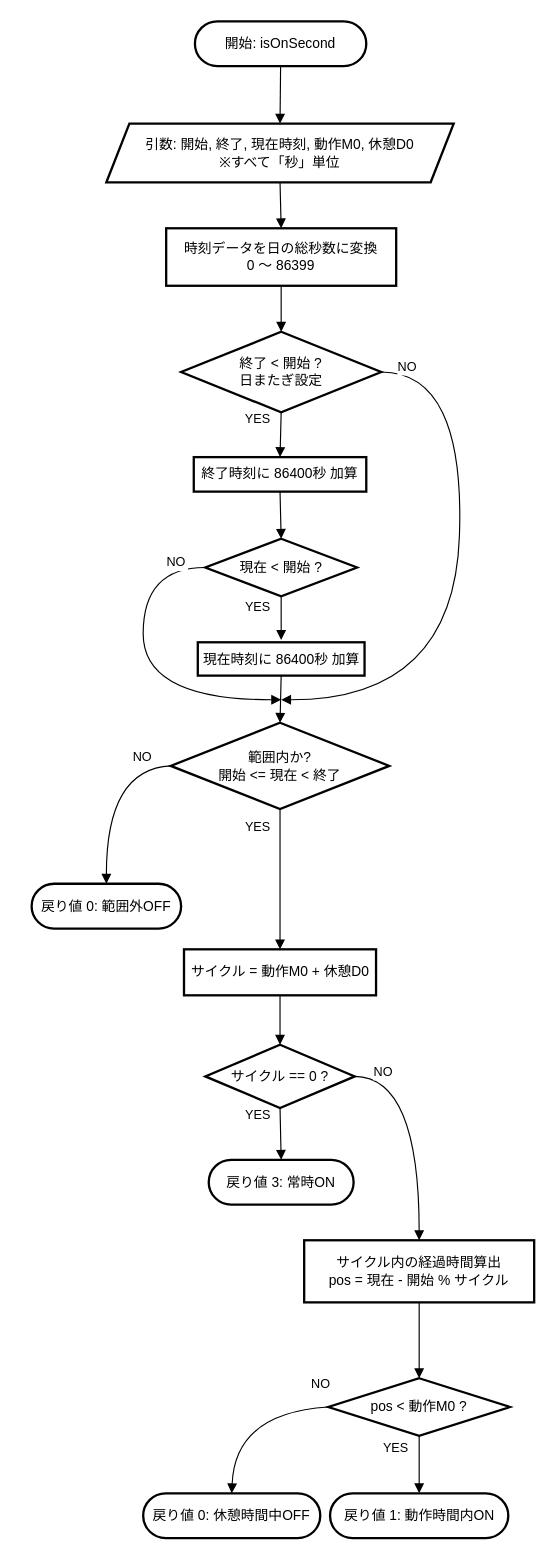
mhorimoto/M304-lowcode keeps this draw.io diagram as DOCS/FlowChart/isOnSecond.drawio. Above is the earlier version. Source tidied: cells renumbered, new cells numbered last; positions are measured from the earlier drawing's top-left corner, leaving out a move shared by most shapes. Both pictures are drawn from the tidied source at 115%, with x=0, y=0 at pixel (31, 21).
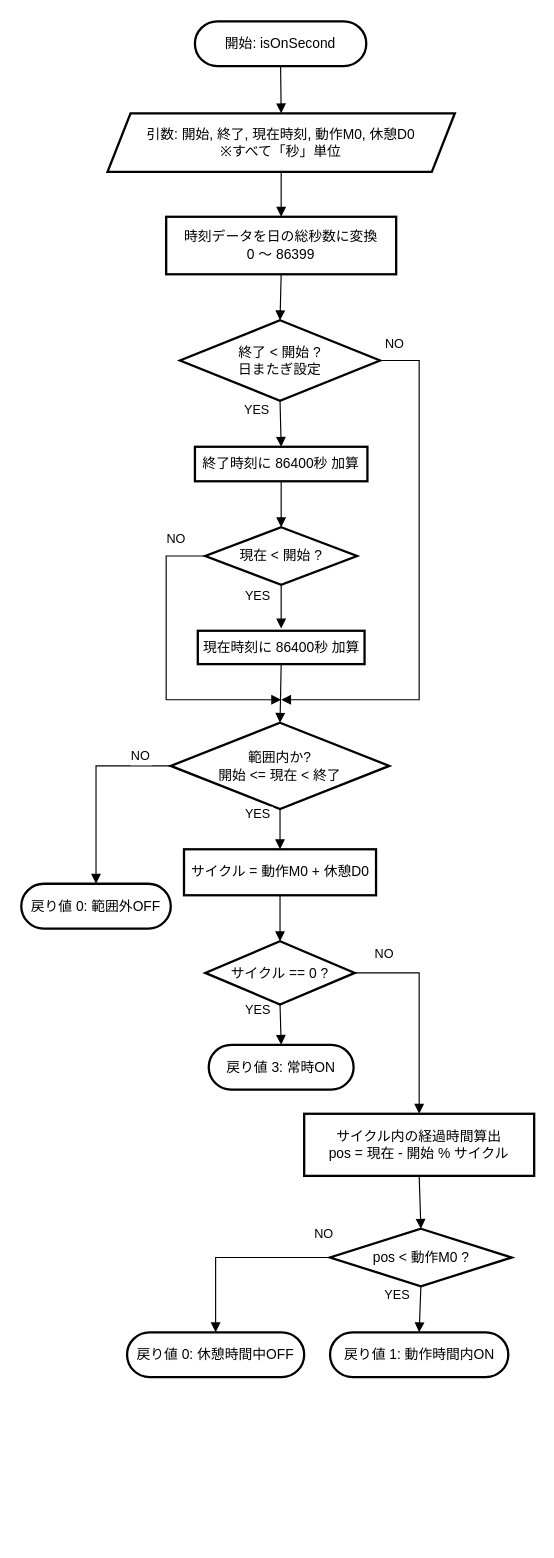
The same page after the edit.

The change refers to these unchanged cells:
```xml
<mxCell id="9" value="範囲内か?&#10;開始 &lt;= 現在 &lt; 終了" style="rhombus;strokeWidth=2;whiteSpace=wrap;" parent="1" vertex="1">
  <mxGeometry x="121" y="610" width="190" height="75" as="geometry" />
</mxCell>
```

The edit, as a diff of the source:
```diff
@@
     <mxCell id="3" value="引数: 開始, 終了, 現在時刻, 動作M0, 休憩D0&#10;※すべて「秒」単位" style="shape=parallelogram;perimeter=parallelogramPerimeter;fixedSize=1;strokeWidth=2;whiteSpace=wrap;" parent="1" vertex="1">
-      <mxGeometry x="65" y="89" width="302" height="51" as="geometry" />
+      <mxGeometry x="66" y="80" width="302" height="51" as="geometry" />
     </mxCell>
     <mxCell id="4" value="時刻データを日の総秒数に変換&#10;0 〜 86399" style="whiteSpace=wrap;strokeWidth=2;" parent="1" vertex="1">
-      <mxGeometry x="117" y="180" width="200" height="50" as="geometry" />
+      <mxGeometry x="117" y="170" width="200" height="50" as="geometry" />
     </mxCell>
     <mxCell id="5" value="終了 &lt; 開始 ?&#10;日またぎ設定" style="rhombus;strokeWidth=2;whiteSpace=wrap;" parent="1" vertex="1">
-      <mxGeometry x="130" y="270" width="174" height="70" as="geometry" />
+      <mxGeometry x="129" y="260" width="174" height="70" as="geometry" />
     </mxCell>
     <mxCell id="6" value="終了時刻に 86400秒 加算" style="whiteSpace=wrap;strokeWidth=2;" parent="1" vertex="1">
-      <mxGeometry x="141" y="379" width="150" height="30" as="geometry" />
+      <mxGeometry x="142" y="370" width="150" height="30" as="geometry" />
     </mxCell>
     <mxCell id="7" value="現在 &lt; 開始 ?" style="rhombus;strokeWidth=2;whiteSpace=wrap;" parent="1" vertex="1">
-      <mxGeometry x="151" y="450" width="132" height="50" as="geometry" />
+      <mxGeometry x="151" y="440" width="132" height="50" as="geometry" />
     </mxCell>
     <mxCell id="8" value="現在時刻に 86400秒 加算" style="whiteSpace=wrap;strokeWidth=2;" parent="1" vertex="1">
-      <mxGeometry x="144.5" y="540" width="145" height="29" as="geometry" />
+      <mxGeometry x="144.5" y="530" width="145" height="29" as="geometry" />
     </mxCell>
@@
     <mxCell id="10" value="戻り値 0: 範囲外OFF" style="rounded=1;whiteSpace=wrap;arcSize=50;strokeWidth=2;" parent="1" vertex="1">
-      <mxGeometry y="750" width="130" height="39" as="geometry" />
+      <mxGeometry x="-9" y="750" width="130" height="39" as="geometry" />
     </mxCell>
     <mxCell id="11" value="サイクル = 動作M0 + 休憩D0" style="whiteSpace=wrap;strokeWidth=2;" parent="1" vertex="1">
-      <mxGeometry x="132.5" y="807" width="167" height="40" as="geometry" />
+      <mxGeometry x="132.5" y="720" width="167" height="40" as="geometry" />
     </mxCell>
     <mxCell id="12" value="サイクル == 0 ?" style="rhombus;strokeWidth=2;whiteSpace=wrap;" parent="1" vertex="1">
-      <mxGeometry x="151" y="890" width="130" height="55" as="geometry" />
+      <mxGeometry x="151" y="800" width="130" height="55" as="geometry" />
     </mxCell>
     <mxCell id="13" value="戻り値 3: 常時ON" style="rounded=1;whiteSpace=wrap;arcSize=50;strokeWidth=2;" parent="1" vertex="1">
-      <mxGeometry x="154" y="990" width="126" height="39" as="geometry" />
+      <mxGeometry x="154" y="890" width="126" height="39" as="geometry" />
     </mxCell>
     <mxCell id="14" value="サイクル内の経過時間算出&#10;pos = 現在 - 開始 % サイクル" style="whiteSpace=wrap;strokeWidth=2;" parent="1" vertex="1">
-      <mxGeometry x="237" y="1060" width="200" height="54" as="geometry" />
+      <mxGeometry x="237" y="950" width="200" height="54" as="geometry" />
     </mxCell>
     <mxCell id="15" value="pos &lt; 動作M0 ?" style="rhombus;strokeWidth=2;whiteSpace=wrap;" parent="1" vertex="1">
-      <mxGeometry x="258" y="1180" width="158" height="50" as="geometry" />
+      <mxGeometry x="259.5" y="1050" width="158" height="50" as="geometry" />
     </mxCell>
     <mxCell id="16" value="戻り値 1: 動作時間内ON" style="rounded=1;whiteSpace=wrap;arcSize=50;strokeWidth=2;" parent="1" vertex="1">
-      <mxGeometry x="259.5" y="1280" width="155" height="39" as="geometry" />
+      <mxGeometry x="259.5" y="1140" width="155" height="39" as="geometry" />
     </mxCell>
     <mxCell id="17" value="戻り値 0: 休憩時間中OFF" style="rounded=1;whiteSpace=wrap;arcSize=50;strokeWidth=2;" parent="1" vertex="1">
-      <mxGeometry x="97" y="1280" width="154" height="39" as="geometry" />
+      <mxGeometry x="83" y="1140" width="154" height="39" as="geometry" />
     </mxCell>
@@
-    <mxCell id="24" value="NO" style="curved=1;startArrow=none;endArrow=block;rounded=0;exitX=0;exitY=0.5;exitDx=0;exitDy=0;" parent="1" edge="1" source="7">
-      <mxGeometry x="-0.83" y="-5" relative="1" as="geometry">
+    <mxCell id="24" value="NO" style="startArrow=none;endArrow=block;rounded=0;exitX=0;exitY=0.5;exitDx=0;exitDy=0;edgeStyle=orthogonalEdgeStyle;" parent="1" edge="1" source="7">
+      <mxGeometry x="-0.81" y="-15" relative="1" as="geometry">
         <mxPoint x="217" y="590" as="targetPoint" />
         <Array as="points">
-          <mxPoint x="97" y="475" />
-          <mxPoint x="97" y="590" />
+          <mxPoint x="117" y="465" />
+          <mxPoint x="117" y="590" />
         </Array>
       </mxGeometry>
     </mxCell>
@@
-    <mxCell id="26" value="NO" style="curved=1;startArrow=none;endArrow=block;exitX=1;exitY=0.5;rounded=0;exitDx=0;exitDy=0;" parent="1" edge="1" source="5">
-      <mxGeometry x="-0.91" y="5" relative="1" as="geometry">
+    <mxCell id="26" value="NO" style="startArrow=none;endArrow=block;exitX=1;exitY=0.5;rounded=0;exitDx=0;exitDy=0;edgeStyle=orthogonalEdgeStyle;" parent="1" edge="1" source="5">
+      <mxGeometry x="-0.94" y="15" relative="1" as="geometry">
         <mxPoint x="217" y="590" as="targetPoint" />
         <Array as="points">
-          <mxPoint x="377" y="305" />
-          <mxPoint x="367" y="590" />
+          <mxPoint x="337" y="295" />
+          <mxPoint x="337" y="590" />
         </Array>
       </mxGeometry>
     </mxCell>
-    <mxCell id="27" value="NO" style="curved=1;startArrow=none;endArrow=block;exitX=0;exitY=0.5;rounded=0;exitDx=0;exitDy=0;" parent="1" edge="1" source="9" target="10">
-      <mxGeometry x="-0.69" y="-9" relative="1" as="geometry">
-        <Array as="points">
-          <mxPoint x="65" y="650" />
-        </Array>
-      </mxGeometry>
+    <mxCell id="27" value="NO" style="startArrow=none;endArrow=block;exitX=0;exitY=0.5;rounded=0;exitDx=0;exitDy=0;edgeStyle=orthogonalEdgeStyle;" parent="1" edge="1" source="9" target="10">
+      <mxGeometry x="-0.69" y="-9" relative="1" as="geometry" />
     </mxCell>
@@
-    <mxCell id="30" value="YES" style="curved=1;startArrow=none;endArrow=block;rounded=0;exitX=0.5;exitY=1;exitDx=0;exitDy=0;" parent="1" edge="1" source="12">
-      <mxGeometry x="-0.8" y="-19" relative="1" as="geometry">
-        <mxPoint x="217" y="990" as="targetPoint" />
-      </mxGeometry>
+    <mxCell id="30" value="YES" style="curved=1;startArrow=none;endArrow=block;rounded=0;exitX=0.5;exitY=1;exitDx=0;exitDy=0;entryX=0.5;entryY=0;entryDx=0;entryDy=0;" parent="1" edge="1" source="12" target="13">
+      <mxGeometry x="-0.8" y="-19" relative="1" as="geometry" />
     </mxCell>
-    <mxCell id="31" value="NO" style="curved=1;startArrow=none;endArrow=block;entryX=0.5;entryY=0;rounded=0;entryDx=0;entryDy=0;exitX=1;exitY=0.5;exitDx=0;exitDy=0;" parent="1" edge="1" source="12" target="14">
-      <mxGeometry x="-0.75" y="5" relative="1" as="geometry">
-        <Array as="points">
-          <mxPoint x="337" y="918" />
-        </Array>
+    <mxCell id="31" value="NO" style="startArrow=none;endArrow=block;entryX=0.5;entryY=0;rounded=0;entryDx=0;entryDy=0;exitX=1;exitY=0.5;exitDx=0;exitDy=0;edgeStyle=orthogonalEdgeStyle;" parent="1" edge="1" source="12" target="14">
+      <mxGeometry x="-0.71" y="18" relative="1" as="geometry">
+        <mxPoint y="1" as="offset" />
       </mxGeometry>
     </mxCell>
@@
-    <mxCell id="34" value="NO" style="curved=1;startArrow=none;endArrow=block;exitX=0;exitY=0.5;rounded=0;exitDx=0;exitDy=0;entryX=0.5;entryY=0;entryDx=0;entryDy=0;" parent="1" edge="1" source="15" target="17">
-      <mxGeometry x="-0.94" y="-21" relative="1" as="geometry">
-        <Array as="points">
-          <mxPoint x="177" y="1210" />
-        </Array>
-      </mxGeometry>
+    <mxCell id="34" value="NO" style="startArrow=none;endArrow=block;exitX=0;exitY=0.5;rounded=0;exitDx=0;exitDy=0;entryX=0.5;entryY=0;entryDx=0;entryDy=0;edgeStyle=orthogonalEdgeStyle;" parent="1" edge="1" source="15" target="17">
+      <mxGeometry x="-0.94" y="-21" relative="1" as="geometry" />
     </mxCell>
```
